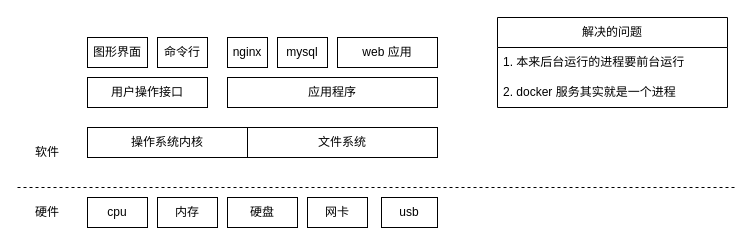
Above: docker.drawio in xuxinwen/mind_map (draw.io), before the change. Source tidied: cells renumbered, new cells numbered last; positions are measured from the earlier drawing's top-left corner, leaving out a move shared by most shapes. Both pictures are drawn from the tidied source at 100%, with x=0, y=0 at pixel (17, 17).
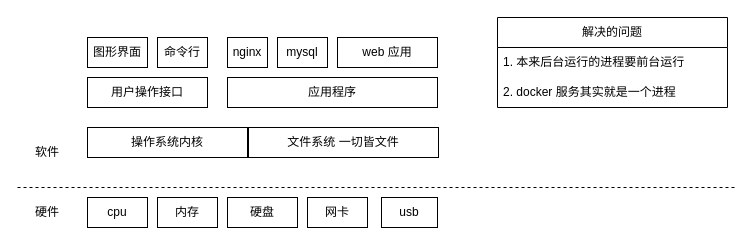
After the change.

Commit message:
一切皆文件

What changed in the source:
```diff
@@
-    <mxCell id="11" value="文件系统" style="rounded=0;whiteSpace=wrap;html=1;" parent="1" vertex="1">
-      <mxGeometry x="230" y="110" width="190" height="30" as="geometry" />
+    <mxCell id="11" value="文件系统 一切皆文件" style="rounded=0;whiteSpace=wrap;html=1;" parent="1" vertex="1">
+      <mxGeometry x="231" y="110" width="190" height="30" as="geometry" />
     </mxCell>
```
